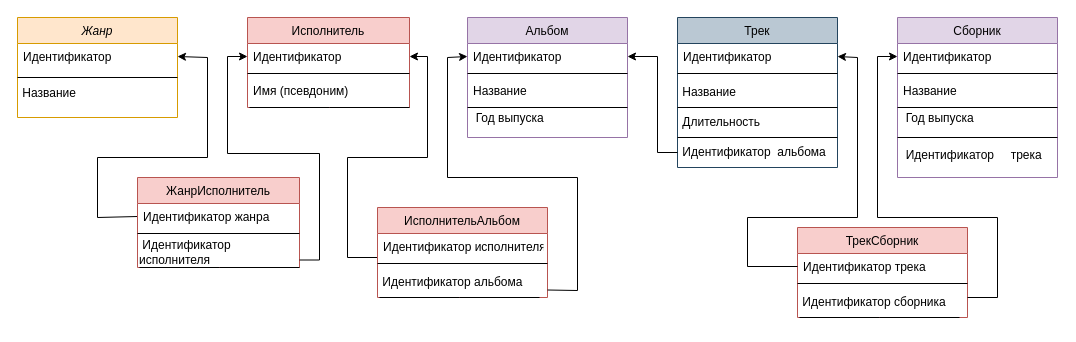
gwaelain/HomeWorks_Netology keeps this draw.io diagram as Задание_2.drawio. Above is the earlier version. Source tidied: cells renumbered, new cells numbered last; positions are measured from the earlier drawing's top-left corner, leaving out a move shared by most shapes. Both pictures are drawn from the tidied source at 100%, with x=0, y=0 at pixel (17, 17).
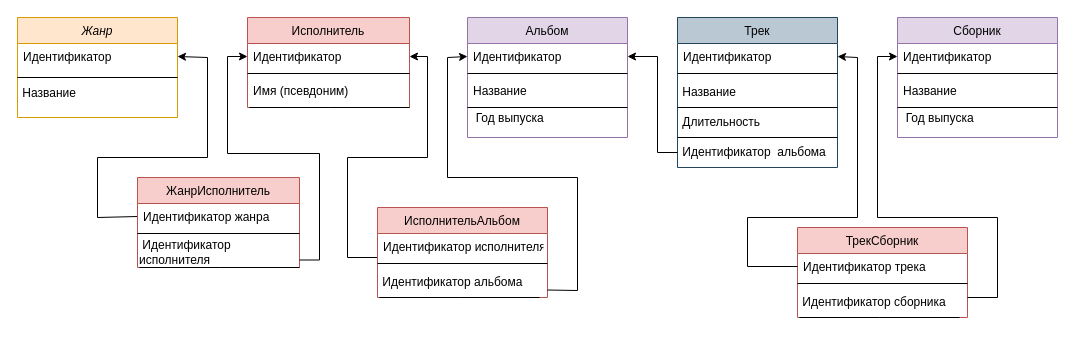
After the change.

The edit, as a diff of the source:
```diff
@@
     <mxCell id="28" value="Сборник" style="swimlane;fontStyle=0;align=center;verticalAlign=top;horizontal=1;startSize=26;rounded=0;shadow=0;strokeWidth=1;fillColor=#e1d5e7;strokeColor=#9673a6;" parent="1" vertex="1">
-      <mxGeometry x="880" width="160" height="160" as="geometry" />
+      <mxGeometry x="880" width="160" height="120" as="geometry" />
     </mxCell>
@@
-    <mxCell id="33" value="&amp;nbsp; Идентификатор&amp;nbsp; &amp;nbsp; &amp;nbsp;трека" style="text;html=1;strokeColor=none;fillColor=none;align=left;verticalAlign=middle;whiteSpace=wrap;rounded=0;shadow=0;" parent="28" vertex="1">
-      <mxGeometry y="116" width="160" height="44" as="geometry" />
-    </mxCell>
@@
-    <mxCell id="35" style="endArrow=none;html=1;rounded=0;" parent="1" edge="1">
-      <mxGeometry relative="1" as="geometry">
-        <mxPoint x="880" y="120" as="sourcePoint" />
-        <mxPoint x="1040" y="120" as="targetPoint" />
-      </mxGeometry>
-    </mxCell>
```
